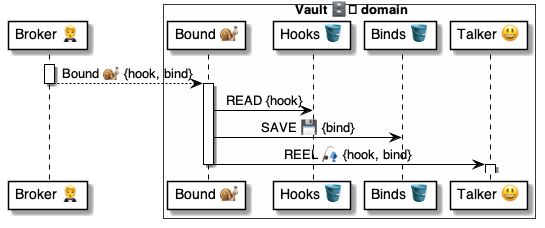
Above: 4 ⚙️ Solution/41 🎭 Domain Roles/Vaults 🗄️/🗄️🅰️ Vault methods/Bound 🤵🐌🗄️/🗄️ Bound ⚙️ uml.png in pollyweb-org/pollyweb-docs (PlantUML), before the change. Its source is kept beside it as 4 ⚙️ Solution/41 🎭 Domain Roles/Vaults 🗄️/🗄️🅰️ Vault methods/Bound 🤵🐌🗄️/🗄️ Bound ⚙️ uml.puml. Source of this version:
```plantuml
@startuml Bound@Vault

participant "Broker 🤵" as broker

box Vault 🗄️ domain #FFFFFA
    participant "Bound 🐌" as vault
    participant "Hooks 🪣" as hooks
    participant "Binds 🪣" as binds
    participant "Talker 😃" as talker
end box


activate broker
    broker --> vault: Bound 🐌 {hook, bind}
deactivate broker

activate vault
    vault -> hooks: READ {hook}
    vault -> binds: SAVE 💾 {bind}
    vault -> talker: REEL 🎣 {hook, bind}
deactivate vault

activate talker
deactivate talker

@enduml
```
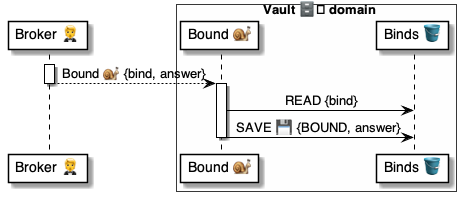
The same file after the commit.

The edit, as a diff of the source:
```diff
@@ -1,26 +1,20 @@
 @startuml Bound@Vault
 
 participant "Broker 🤵" as broker
-
 box Vault 🗄️ domain #FFFFFA
     participant "Bound 🐌" as vault
-    participant "Hooks 🪣" as hooks
     participant "Binds 🪣" as binds
-    participant "Talker 😃" as talker
 end box
 
 
 activate broker
-    broker --> vault: Bound 🐌 {hook, bind}
+    broker --> vault: Bound 🐌 {bind, answer}
 deactivate broker
 
 activate vault
-    vault -> hooks: READ {hook}
-    vault -> binds: SAVE 💾 {bind}
-    vault -> talker: REEL 🎣 {hook, bind}
+    vault -> binds: READ {bind}
+    vault -> binds: SAVE 💾 {BOUND, answer}
 deactivate vault
 
-activate talker
-deactivate talker
 
 @enduml
```
